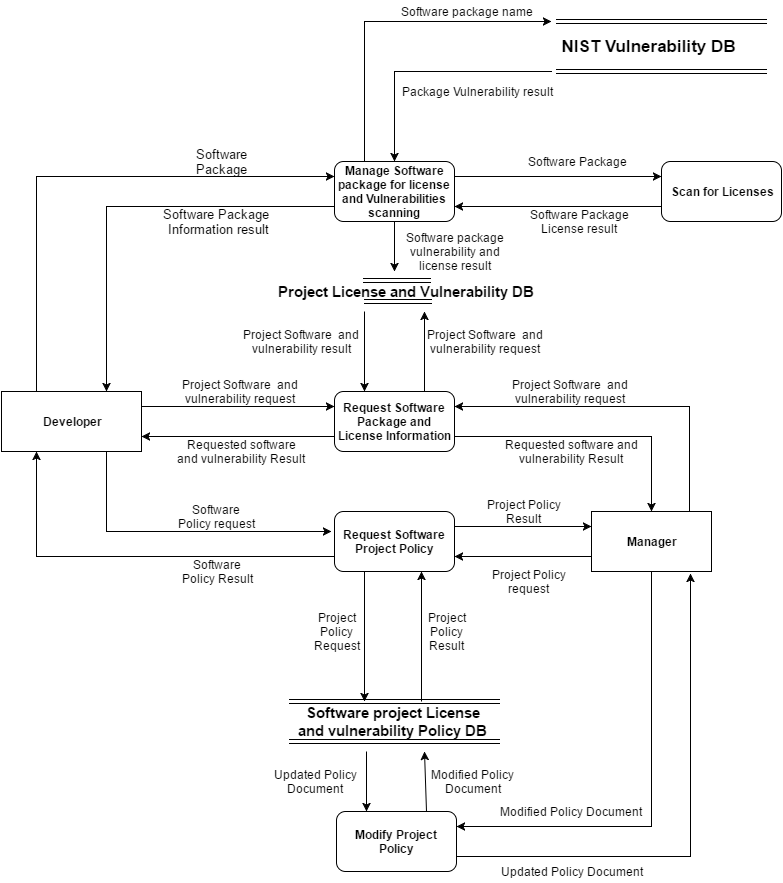
The draw.io diagram DFD.png in Sindre-s/MIADW, before a commit. Source tidied: cells renumbered, new cells last; positions are measured from the earlier drawing's top-left corner, leaving out a move shared by most shapes.
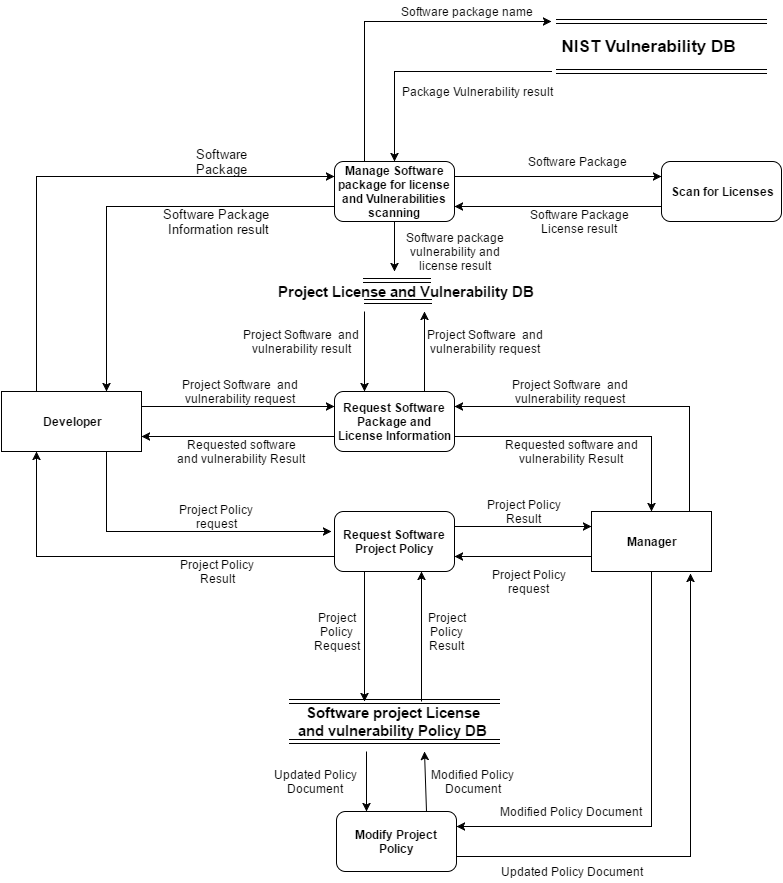
The same file after the commit.

Change to the diagram source:
```diff
@@ -198,10 +198,10 @@
     <mxCell id="47" value="Updated Policy Document" style="text;html=1;strokeColor=none;fillColor=none;align=center;verticalAlign=middle;whiteSpace=wrap;" parent="1" vertex="1">
       <mxGeometry x="490" y="860" width="160" height="20" as="geometry" />
     </mxCell>
-    <mxCell id="48" value="Software Policy Result" style="text;html=1;strokeColor=none;fillColor=none;align=center;verticalAlign=middle;whiteSpace=wrap;" parent="1" vertex="1">
+    <mxCell id="48" value="Project Policy Result" style="text;html=1;strokeColor=none;fillColor=none;align=center;verticalAlign=middle;whiteSpace=wrap;" parent="1" vertex="1">
       <mxGeometry x="176" y="560" width="80" height="20" as="geometry" />
     </mxCell>
-    <mxCell id="49" value="Software Policy request" style="text;html=1;strokeColor=none;fillColor=none;align=center;verticalAlign=middle;whiteSpace=wrap;" parent="1" vertex="1">
+    <mxCell id="49" value="Project Policy request" style="text;html=1;strokeColor=none;fillColor=none;align=center;verticalAlign=middle;whiteSpace=wrap;" parent="1" vertex="1">
       <mxGeometry x="175" y="505" width="80" height="20" as="geometry" />
     </mxCell>
     <mxCell id="50" value="Updated Policy Document" style="text;html=1;strokeColor=none;fillColor=none;align=center;verticalAlign=middle;whiteSpace=wrap;rotation=0;" parent="1" vertex="1">
```
